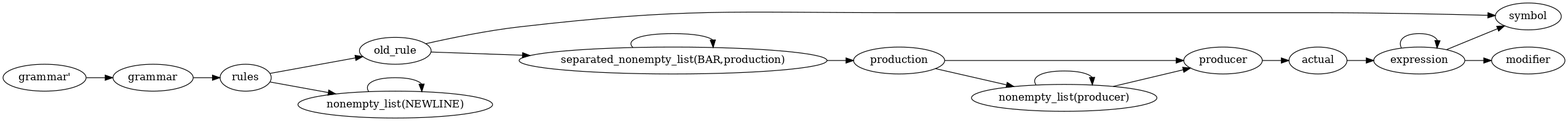
The Graphviz diagram sentenceParser.png in meta-introspector/gbnf-nice-parser, before a commit. Its source is kept beside it as lib/sentenceParser.dot.
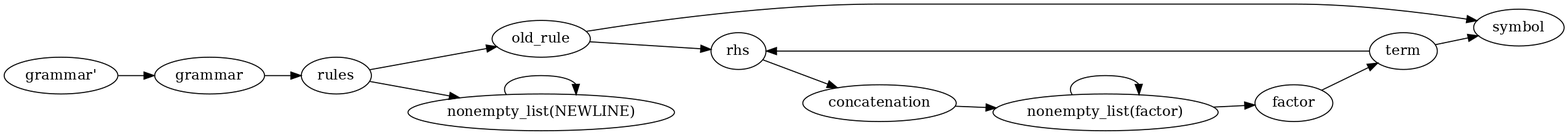
The same diagram one commit later.

What changed in the source:
```diff
@@ -3,35 +3,29 @@
 rankdir = LR;
 ratio = compress;
 nt0 [ label="grammar'" ] ;
-nt1 [ label="symbol" ] ;
-nt2 [ label="separated_nonempty_list(BAR,production)" ] ;
+nt1 [ label="term" ] ;
+nt2 [ label="symbol" ] ;
 nt3 [ label="rules" ] ;
-nt4 [ label="production" ] ;
-nt5 [ label="producer" ] ;
-nt6 [ label="old_rule" ] ;
-nt7 [ label="nonempty_list(producer)" ] ;
-nt8 [ label="nonempty_list(NEWLINE)" ] ;
-nt9 [ label="modifier" ] ;
-nt10 [ label="grammar" ] ;
-nt11 [ label="expression" ] ;
-nt12 [ label="actual" ] ;
-nt0 -> nt10 [ label="" ] ;
-nt2 -> nt2 [ label="" ] ;
-nt2 -> nt4 [ label="" ] ;
-nt3 -> nt6 [ label="" ] ;
-nt3 -> nt8 [ label="" ] ;
-nt4 -> nt5 [ label="" ] ;
-nt4 -> nt7 [ label="" ] ;
-nt5 -> nt12 [ label="" ] ;
-nt6 -> nt1 [ label="" ] ;
-nt6 -> nt2 [ label="" ] ;
-nt7 -> nt5 [ label="" ] ;
+nt4 [ label="rhs" ] ;
+nt5 [ label="old_rule" ] ;
+nt6 [ label="nonempty_list(factor)" ] ;
+nt7 [ label="nonempty_list(NEWLINE)" ] ;
+nt8 [ label="grammar" ] ;
+nt9 [ label="factor" ] ;
+nt10 [ label="concatenation" ] ;
+nt0 -> nt8 [ label="" ] ;
+nt1 -> nt2 [ label="" ] ;
+nt1 -> nt4 [ label="" ] ;
+nt3 -> nt5 [ label="" ] ;
+nt3 -> nt7 [ label="" ] ;
+nt4 -> nt10 [ label="" ] ;
+nt5 -> nt2 [ label="" ] ;
+nt5 -> nt4 [ label="" ] ;
+nt6 -> nt6 [ label="" ] ;
+nt6 -> nt9 [ label="" ] ;
 nt7 -> nt7 [ label="" ] ;
-nt8 -> nt8 [ label="" ] ;
-nt10 -> nt3 [ label="" ] ;
-nt11 -> nt1 [ label="" ] ;
-nt11 -> nt9 [ label="" ] ;
-nt11 -> nt11 [ label="" ] ;
-nt12 -> nt11 [ label="" ] ;
+nt8 -> nt3 [ label="" ] ;
+nt9 -> nt1 [ label="" ] ;
+nt10 -> nt6 [ label="" ] ;
 
 }
```
